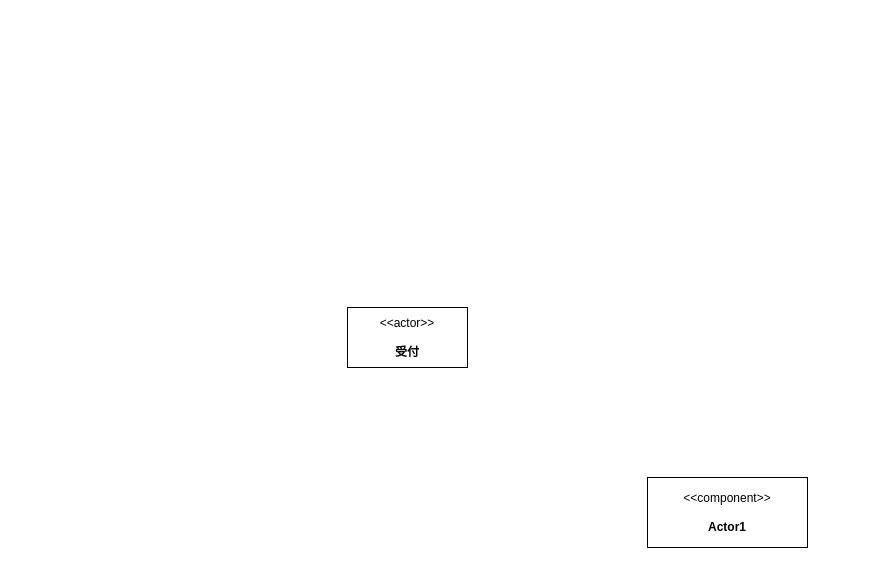
Before: page "全体構成" (4 of 4) of 試料分析システム.drawio in kaoru387/draw.io, a draw.io diagram. Source tidied: cells renumbered, new cells numbered last; positions are measured from the earlier drawing's top-left corner, leaving out a move shared by most shapes. Both pictures are drawn from the tidied source at 100%, with x=0, y=0 at pixel (347, 307).
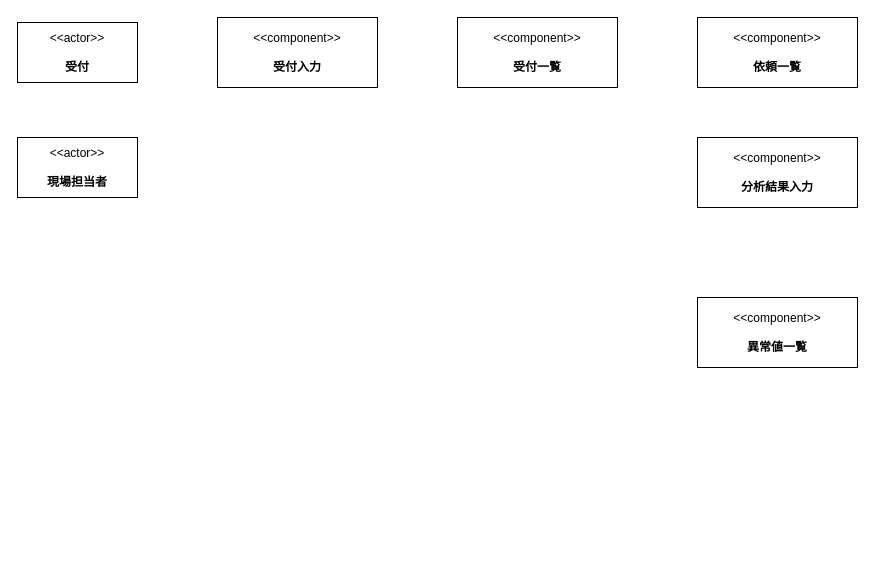
Above is the later version.

The edit, as a diff of the source:
```diff
@@
 <mxGraphModel>
   <root>
     <mxCell id="0" />
     <mxCell id="1" parent="0" />
     <mxCell id="2" value="&amp;lt;&amp;lt;actor&amp;gt;&amp;gt;&lt;br&gt;&lt;br&gt;&lt;b&gt;受付&lt;/b&gt;" style="html=1;align=center;verticalAlign=middle;dashed=0;whiteSpace=wrap;" parent="1" vertex="1">
-      <mxGeometry width="120" height="60" as="geometry" />
+      <mxGeometry x="-330" y="-285" width="120" height="60" as="geometry" />
     </mxCell>
-    <mxCell id="3" value="&amp;lt;&amp;lt;component&amp;gt;&amp;gt;&lt;br&gt;&lt;br&gt;&lt;b&gt;Actor1&lt;/b&gt;" style="html=1;align=center;verticalAlign=middle;dashed=0;whiteSpace=wrap;" parent="1" vertex="1">
-      <mxGeometry x="300" y="170" width="160" height="70" as="geometry" />
+    <mxCell id="3" value="&amp;lt;&amp;lt;component&amp;gt;&amp;gt;&lt;br&gt;&lt;br&gt;&lt;b&gt;受付入力&lt;/b&gt;" style="html=1;align=center;verticalAlign=middle;dashed=0;whiteSpace=wrap;" parent="1" vertex="1">
+      <mxGeometry x="-130" y="-290" width="160" height="70" as="geometry" />
     </mxCell>
+    <mxCell id="4" value="&amp;lt;&amp;lt;actor&amp;gt;&amp;gt;&lt;br&gt;&lt;br&gt;&lt;b&gt;現場担当者&lt;/b&gt;" style="html=1;align=center;verticalAlign=middle;dashed=0;whiteSpace=wrap;" parent="1" vertex="1">
+      <mxGeometry x="-330" y="-170" width="120" height="60" as="geometry" />
+    </mxCell>
+    <mxCell id="5" value="&amp;lt;&amp;lt;component&amp;gt;&amp;gt;&lt;br&gt;&lt;br&gt;&lt;b&gt;依頼一覧&lt;/b&gt;" style="html=1;align=center;verticalAlign=middle;dashed=0;whiteSpace=wrap;" parent="1" vertex="1">
+      <mxGeometry x="350" y="-290" width="160" height="70" as="geometry" />
+    </mxCell>
+    <mxCell id="6" value="&amp;lt;&amp;lt;component&amp;gt;&amp;gt;&lt;br&gt;&lt;br&gt;&lt;b&gt;受付一覧&lt;/b&gt;" style="html=1;align=center;verticalAlign=middle;dashed=0;whiteSpace=wrap;" parent="1" vertex="1">
+      <mxGeometry x="110" y="-290" width="160" height="70" as="geometry" />
+    </mxCell>
+    <mxCell id="7" value="&amp;lt;&amp;lt;component&amp;gt;&amp;gt;&lt;br&gt;&lt;br&gt;&lt;b&gt;異常値一覧&lt;/b&gt;" style="html=1;align=center;verticalAlign=middle;dashed=0;whiteSpace=wrap;" parent="1" vertex="1">
+      <mxGeometry x="350" y="-10" width="160" height="70" as="geometry" />
+    </mxCell>
+    <mxCell id="8" value="&amp;lt;&amp;lt;component&amp;gt;&amp;gt;&lt;br&gt;&lt;br&gt;&lt;b&gt;分析結果入力&lt;/b&gt;" style="html=1;align=center;verticalAlign=middle;dashed=0;whiteSpace=wrap;" parent="1" vertex="1">
+      <mxGeometry x="350" y="-170" width="160" height="70" as="geometry" />
+    </mxCell>
   </root>
 </mxGraphModel>
```
